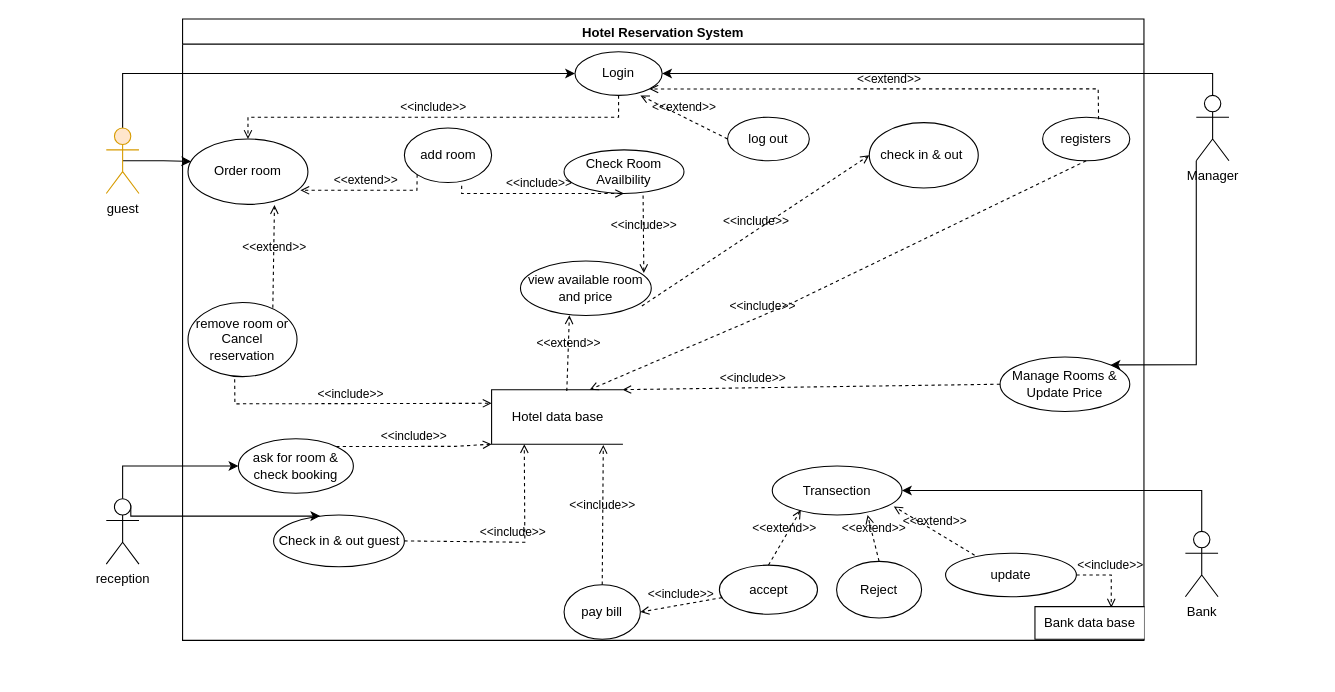
The draw.io diagram use case Vol3.drawio in AhmedTarek-95/System-Desine, before the edit. Source tidied: cells renumbered, new cells numbered last; positions are measured from the earlier drawing's top-left corner, leaving out a move shared by most shapes. Both pictures are drawn from the tidied source at 109%, with x=0, y=0 at pixel (106, 19).
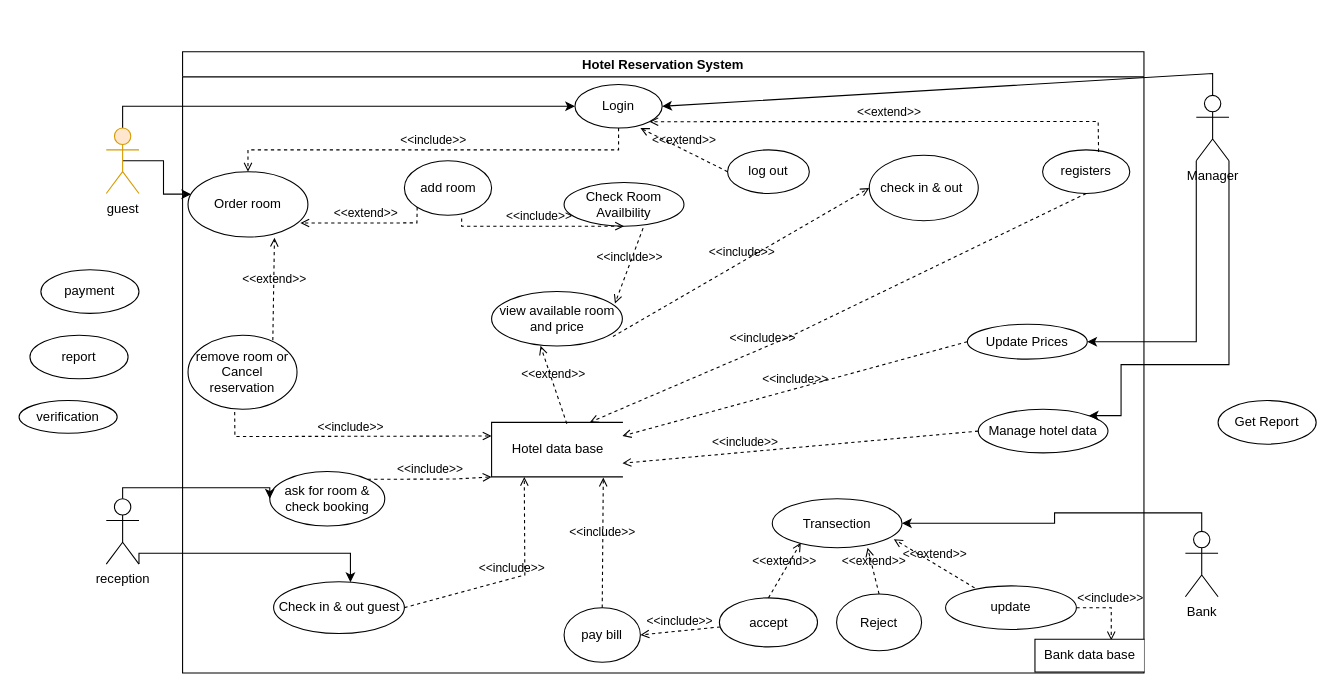
Above is the later version.

Unchanged cells that the change refers to:
```xml
<mxCell id="12" value="Transection" style="ellipse;whiteSpace=wrap;html=1;" parent="5" vertex="1">
  <mxGeometry x="541" y="410" width="119" height="45" as="geometry" />
</mxCell>
<mxCell id="36" value="Hotel data base" style="html=1;dashed=0;whitespace=wrap;shape=partialRectangle;right=0;" parent="5" vertex="1">
  <mxGeometry x="283.5" y="340" width="120" height="50" as="geometry" />
</mxCell>
<mxCell id="47" value="reception" style="shape=umlActor;verticalLabelPosition=bottom;verticalAlign=top;html=1;outlineConnect=0;" parent="1" vertex="1">
  <mxGeometry y="440" width="30" height="60" as="geometry" />
</mxCell>
<mxCell id="49" value="Bank" style="shape=umlActor;verticalLabelPosition=bottom;verticalAlign=top;html=1;outlineConnect=0;" parent="1" vertex="1">
  <mxGeometry x="990" y="470" width="30" height="60" as="geometry" />
</mxCell>
<mxCell id="51" value="Manager" style="shape=umlActor;verticalLabelPosition=bottom;verticalAlign=top;html=1;outlineConnect=0;" parent="1" vertex="1">
  <mxGeometry x="1000" y="70" width="30" height="60" as="geometry" />
</mxCell>
```

Diff of the diagram source:
```diff
@@
     <mxCell id="5" value="Hotel Reservation System" style="swimlane;" parent="1" vertex="1">
-      <mxGeometry x="70" width="882" height="570" as="geometry" />
+      <mxGeometry x="70" y="30" width="882" height="570" as="geometry" />
     </mxCell>
+    <mxCell id="53" value="&amp;lt;&amp;lt;include&amp;gt;&amp;gt;" style="html=1;verticalAlign=bottom;labelBackgroundColor=none;endArrow=open;endFill=0;dashed=1;rounded=0;exitX=0;exitY=0.5;exitDx=0;exitDy=0;entryX=1;entryY=0.25;entryDx=0;entryDy=0;" parent="5" edge="1" source="54" target="36">
+      <mxGeometry relative="1" as="geometry" />
+    </mxCell>
@@
-    <mxCell id="9" value="Manage Rooms &amp;amp; Update Price" style="ellipse;whiteSpace=wrap;html=1;" parent="5" vertex="1">
-      <mxGeometry x="750" y="310" width="119" height="50" as="geometry" />
+    <mxCell id="9" value="Manage hotel data" style="ellipse;whiteSpace=wrap;html=1;" parent="5" vertex="1">
+      <mxGeometry x="730" y="328" width="119" height="40" as="geometry" />
     </mxCell>
     <mxCell id="10" value="ask for room &amp;amp; check booking" style="ellipse;whiteSpace=wrap;html=1;" parent="5" vertex="1">
-      <mxGeometry x="51.2" y="385" width="105.5" height="50" as="geometry" />
+      <mxGeometry x="80" y="385" width="105.5" height="50" as="geometry" />
     </mxCell>
     <mxCell id="11" value="Check in &amp;amp; out guest" style="ellipse;whiteSpace=wrap;html=1;" parent="5" vertex="1">
-      <mxGeometry x="83.5" y="455" width="120" height="47.5" as="geometry" />
+      <mxGeometry x="83.5" y="486.2" width="120" height="47.5" as="geometry" />
     </mxCell>
@@
     <mxCell id="13" value="view available room and price" style="ellipse;whiteSpace=wrap;html=1;" parent="5" vertex="1">
-      <mxGeometry x="310" y="222" width="120" height="50" as="geometry" />
+      <mxGeometry x="283.5" y="220" width="120" height="50" as="geometry" />
     </mxCell>
@@
     <mxCell id="25" value="pay bill" style="ellipse;whiteSpace=wrap;html=1;" parent="5" vertex="1">
-      <mxGeometry x="350" y="519" width="70" height="50" as="geometry" />
+      <mxGeometry x="350" y="510" width="70" height="50" as="geometry" />
     </mxCell>
@@
-    <mxCell id="28" value="&amp;lt;&amp;lt;include&amp;gt;&amp;gt;" style="html=1;verticalAlign=bottom;labelBackgroundColor=none;endArrow=open;endFill=0;dashed=1;rounded=0;entryX=1;entryY=0;entryDx=0;entryDy=0;exitX=0;exitY=0.5;exitDx=0;exitDy=0;" parent="5" edge="1" source="9" target="36">
+    <mxCell id="28" value="&amp;lt;&amp;lt;include&amp;gt;&amp;gt;" style="html=1;verticalAlign=bottom;labelBackgroundColor=none;endArrow=open;endFill=0;dashed=1;rounded=0;entryX=1;entryY=0.75;entryDx=0;entryDy=0;exitX=0;exitY=0.5;exitDx=0;exitDy=0;" parent="5" edge="1" source="9" target="36">
       <mxGeometry x="0.31" relative="1" as="geometry" />
     </mxCell>
@@
+    <mxCell id="54" value="Update Prices" style="ellipse;whiteSpace=wrap;html=1;" parent="5" vertex="1">
+      <mxGeometry x="720" y="250" width="110" height="32" as="geometry" />
+    </mxCell>
     <mxCell id="45" style="edgeStyle=orthogonalEdgeStyle;rounded=0;jettySize=auto;html=1;exitX=0.5;exitY=0;exitDx=0;exitDy=0;exitPerimeter=0;entryX=0;entryY=0.5;entryDx=0;entryDy=0;" parent="1" edge="1" source="47" target="10">
-      <mxGeometry relative="1" as="geometry" />
+      <mxGeometry relative="1" as="geometry">
+        <Array as="points">
+          <mxPoint x="15" y="430" />
+        </Array>
+      </mxGeometry>
     </mxCell>
-    <mxCell id="46" style="edgeStyle=orthogonalEdgeStyle;rounded=0;jettySize=auto;html=1;exitX=0.75;exitY=0.1;exitDx=0;exitDy=0;exitPerimeter=0;" parent="1" edge="1" source="47" target="11">
+    <mxCell id="46" style="edgeStyle=orthogonalEdgeStyle;rounded=0;jettySize=auto;html=1;exitX=1;exitY=1;exitDx=0;exitDy=0;exitPerimeter=0;" parent="1" edge="1" source="47" target="11">
       <mxGeometry relative="1" as="geometry">
         <Array as="points">
-          <mxPoint x="70" y="456" />
-          <mxPoint x="70" y="456" />
+          <mxPoint x="30" y="490" />
+          <mxPoint x="224" y="490" />
         </Array>
       </mxGeometry>
     </mxCell>
@@
     <mxCell id="48" style="edgeStyle=orthogonalEdgeStyle;rounded=0;jettySize=auto;html=1;exitX=0.5;exitY=0;exitDx=0;exitDy=0;exitPerimeter=0;entryX=1;entryY=0.5;entryDx=0;entryDy=0;" parent="1" edge="1" source="49" target="12">
-      <mxGeometry relative="1" as="geometry" />
+      <mxGeometry relative="1" as="geometry">
+        <Array as="points">
+          <mxPoint x="1005" y="453" />
+          <mxPoint x="870" y="453" />
+        </Array>
+      </mxGeometry>
     </mxCell>
@@
-    <mxCell id="50" style="edgeStyle=orthogonalEdgeStyle;rounded=0;jettySize=auto;html=1;exitX=0;exitY=1;exitDx=0;exitDy=0;exitPerimeter=0;entryX=1;entryY=0;entryDx=0;entryDy=0;" parent="1" edge="1" source="51" target="9">
+    <mxCell id="50" style="edgeStyle=orthogonalEdgeStyle;rounded=0;jettySize=auto;html=1;exitX=1;exitY=1;exitDx=0;exitDy=0;exitPerimeter=0;entryX=1;entryY=0;entryDx=0;entryDy=0;" parent="1" edge="1" source="51" target="9">
       <mxGeometry relative="1" as="geometry">
         <Array as="points">
-          <mxPoint x="1000" y="317" />
+          <mxPoint x="1030" y="317" />
+          <mxPoint x="931" y="317" />
         </Array>
       </mxGeometry>
     </mxCell>
+    <mxCell id="55" style="edgeStyle=orthogonalEdgeStyle;rounded=0;jettySize=auto;html=1;exitX=0;exitY=1;exitDx=0;exitDy=0;exitPerimeter=0;entryX=1;entryY=0.5;entryDx=0;entryDy=0;" parent="1" edge="1" source="51" target="54">
+      <mxGeometry relative="1" as="geometry" />
+    </mxCell>
@@
+    <mxCell id="56" value="payment" style="ellipse;whiteSpace=wrap;html=1;" parent="1" vertex="1">
+      <mxGeometry x="-60" y="230" width="90" height="40" as="geometry" />
+    </mxCell>
+    <mxCell id="57" value="verification" style="ellipse;whiteSpace=wrap;html=1;" parent="1" vertex="1">
+      <mxGeometry x="-80" y="350" width="90" height="30" as="geometry" />
+    </mxCell>
+    <mxCell id="58" value="Get Report" style="ellipse;whiteSpace=wrap;html=1;" parent="1" vertex="1">
+      <mxGeometry x="1020" y="350" width="90" height="40" as="geometry" />
+    </mxCell>
+    <mxCell id="59" value="report" style="ellipse;whiteSpace=wrap;html=1;" parent="1" vertex="1">
+      <mxGeometry x="-70" y="290" width="90" height="40" as="geometry" />
+    </mxCell>
```
